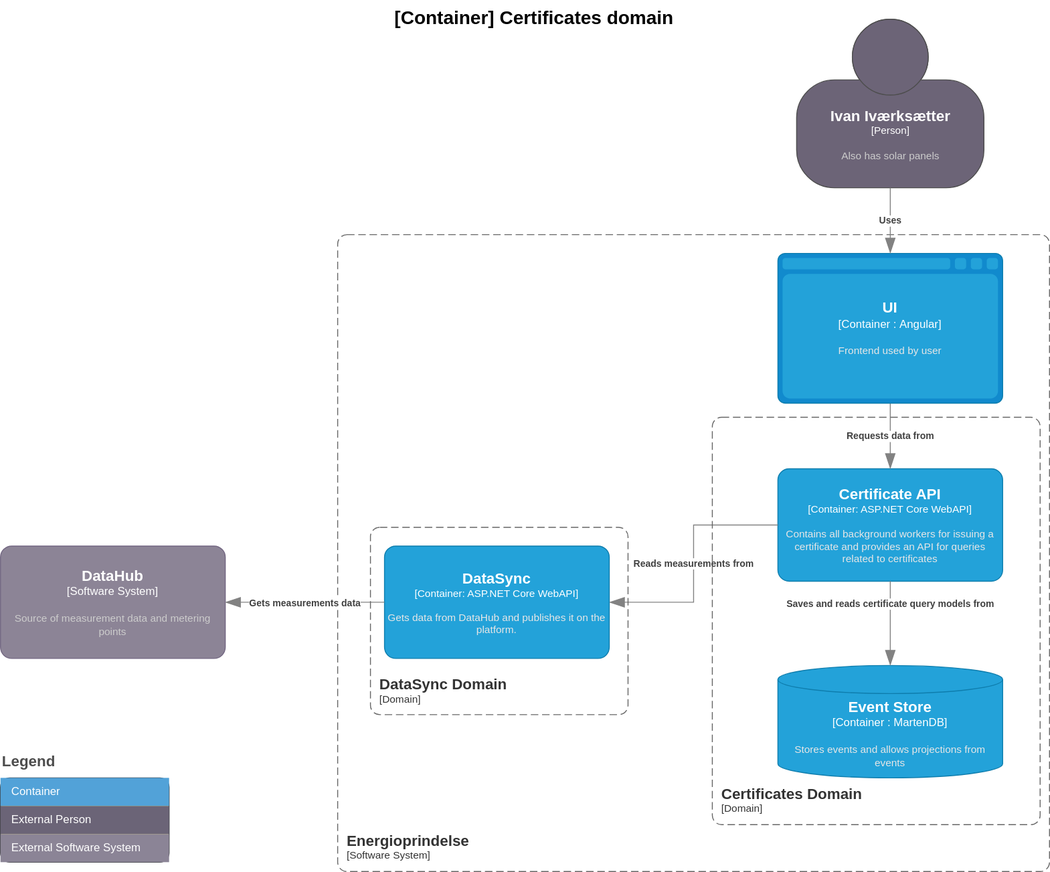
Before: doc/architecture/diagrams/certificates.current.container.drawio.svg, a diagram exported from draw.io (Energinet-DataHub/energy-origin). Source tidied: cells renumbered, new cells last; positions are measured from the earlier drawing's top-left corner, leaving out a move shared by most shapes.
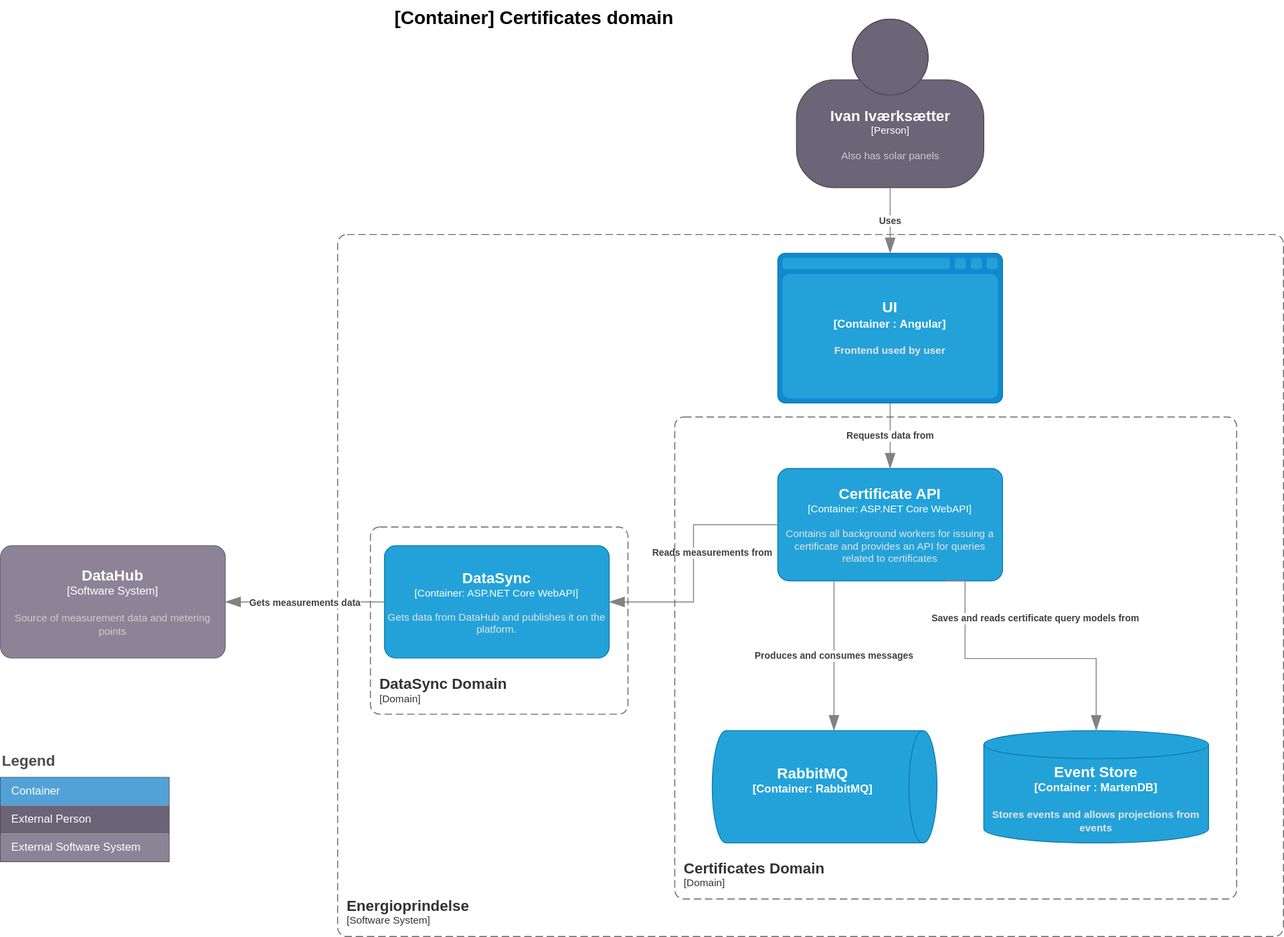
The same file after the commit.

Diff of the diagram source:
```diff
@@ -4,7 +4,7 @@
     <mxCell id="1" parent="0" />
     <object id="2" label="&lt;font style=&quot;font-size: 16px&quot;&gt;&lt;b&gt;&lt;div style=&quot;text-align: left&quot;&gt;%c4Name%&lt;/div&gt;&lt;/b&gt;&lt;/font&gt;&lt;div style=&quot;text-align: left&quot;&gt;[%c4Application%]&lt;/div&gt;" c4Application="Software System" c4Name="Energioprindelse" c4Type="SystemScopeBoundary" placeholders="1">
       <mxCell style="rounded=1;fontSize=11;whiteSpace=wrap;html=1;dashed=1;arcSize=20;fillColor=none;strokeColor=#666666;fontColor=#333333;labelBackgroundColor=none;align=left;verticalAlign=bottom;labelBorderColor=none;spacingTop=0;spacing=10;dashPattern=8 4;perimeter=rectanglePerimeter;noLabel=0;labelPadding=0;absoluteArcSize=1;" parent="1" vertex="1">
-        <mxGeometry x="360" y="250" width="760" height="680" as="geometry" />
+        <mxGeometry x="360" y="250" width="1010" height="750" as="geometry" />
       </mxCell>
     </object>
     <object id="3" label="&lt;font style=&quot;font-size: 16px&quot;&gt;&lt;b&gt;%c4Name%&lt;/b&gt;&lt;/font&gt;&lt;div&gt;[%c4Type%: %c4Technology%]&lt;/div&gt;&lt;br&gt;&lt;div&gt;&lt;font style=&quot;font-size: 11px&quot;&gt;&lt;font color=&quot;#E6E6E6&quot;&gt;%c4Description%&lt;/font&gt;&lt;/div&gt;" c4Description="Contains all background workers for issuing a certificate and provides an API for queries related to certificates" c4Name="Certificate API" c4Technology="ASP.NET Core WebAPI" c4Type="Container" placeholders="1">
@@ -14,17 +14,24 @@
     </object>
     <object id="4" label="&lt;font style=&quot;font-size: 16px&quot;&gt;&lt;b&gt;%c4Type%&lt;/font&gt;&lt;div&gt;[%c4Container%:&amp;nbsp;%c4Technology%]&lt;/div&gt;&lt;br&gt;&lt;div&gt;&lt;font style=&quot;font-size: 11px&quot;&gt;&lt;font color=&quot;#E6E6E6&quot;&gt;%c4Description%&lt;/font&gt;&lt;/div&gt;" c4Container="Container " c4Description="Stores events and allows projections from events" c4Technology="MartenDB" c4Type="Event Store" placeholders="1">
       <mxCell style="shape=cylinder3;size=15;whiteSpace=wrap;html=1;boundedLbl=1;rounded=0;labelBackgroundColor=none;fillColor=#23A2D9;fontSize=12;fontColor=#ffffff;align=center;strokeColor=#0E7DAD;points=[[0.5,0,0],[1,0.25,0],[1,0.5,0],[1,0.75,0],[0.5,1,0],[0,0.75,0],[0,0.5,0],[0,0.25,0]];" parent="1" vertex="1">
-        <mxGeometry x="830" y="710" width="240" height="120" as="geometry" />
+        <mxGeometry x="1050" y="780" width="240" height="120" as="geometry" />
       </mxCell>
     </object>
     <object id="5" label="&lt;div style=&quot;text-align: left&quot;&gt;&lt;div style=&quot;text-align: center&quot;&gt;&lt;b&gt;%c4Description%&lt;/b&gt;&lt;/div&gt;" c4Description="Reads measurements from" c4Type="Relationship" placeholders="1">
       <mxCell style="endArrow=blockThin;html=1;fontSize=10;fontColor=#404040;strokeWidth=1;endFill=1;strokeColor=#828282;elbow=vertical;endSize=14;startSize=14;jumpStyle=arc;jumpSize=16;rounded=0;edgeStyle=orthogonalEdgeStyle;exitX=0;exitY=0.5;exitDx=0;exitDy=0;exitPerimeter=0;entryX=1;entryY=0.5;entryDx=0;entryDy=0;entryPerimeter=0;" parent="1" edge="1" source="3" target="12">
-        <mxGeometry relative="1" as="geometry" />
+        <mxGeometry x="-0.09" y="20" relative="1" as="geometry" />
       </mxCell>
     </object>
     <object id="6" label="&lt;div style=&quot;text-align: left&quot;&gt;&lt;div style=&quot;text-align: center&quot;&gt;&lt;b&gt;%c4Description%&lt;/b&gt;&lt;/div&gt;" c4Description="Saves and reads certificate query models from" c4Type="Relationship" placeholders="1">
-      <mxCell style="endArrow=blockThin;html=1;fontSize=10;fontColor=#404040;strokeWidth=1;endFill=1;strokeColor=#828282;elbow=vertical;endSize=14;startSize=14;jumpStyle=arc;jumpSize=16;rounded=0;edgeStyle=orthogonalEdgeStyle;exitX=0.5;exitY=1;exitDx=0;exitDy=0;exitPerimeter=0;entryX=0.5;entryY=0;entryDx=0;entryDy=0;entryPerimeter=0;" parent="1" edge="1" source="3" target="4">
-        <mxGeometry x="-0.47" relative="1" as="geometry" />
+      <mxCell style="endArrow=blockThin;html=1;fontSize=10;fontColor=#404040;strokeWidth=1;endFill=1;strokeColor=#828282;elbow=vertical;endSize=14;startSize=14;jumpStyle=arc;jumpSize=16;rounded=0;edgeStyle=orthogonalEdgeStyle;entryX=0.5;entryY=0;entryDx=0;entryDy=0;entryPerimeter=0;" parent="1" edge="1" target="4">
+        <mxGeometry x="0.11" y="43" relative="1" as="geometry">
+          <mxPoint x="1010" y="620" as="sourcePoint" />
+          <Array as="points">
+            <mxPoint x="1030" y="620" />
+            <mxPoint x="1030" y="703" />
+            <mxPoint x="1170" y="703" />
+          </Array>
+        </mxGeometry>
       </mxCell>
     </object>
     <object id="7" label="&lt;div style=&quot;text-align: left&quot;&gt;&lt;div style=&quot;text-align: center&quot;&gt;&lt;b&gt;%c4Description%&lt;/b&gt;&lt;/div&gt;" c4Description="Requests data from" c4Type="Relationship" placeholders="1">
@@ -79,7 +86,7 @@
     </mxCell>
     <object id="19" label="&lt;font style=&quot;font-size: 16px&quot;&gt;&lt;b&gt;&lt;div style=&quot;text-align: left&quot;&gt;%c4Name%&lt;/div&gt;&lt;/b&gt;&lt;/font&gt;&lt;div style=&quot;text-align: left&quot;&gt;[%c4Application%]&lt;/div&gt;" c4Application="Domain" c4Name="Certificates Domain" c4Type="SystemScopeBoundary" placeholders="1">
       <mxCell style="rounded=1;fontSize=11;whiteSpace=wrap;html=1;dashed=1;arcSize=20;fillColor=none;strokeColor=#666666;fontColor=#333333;labelBackgroundColor=none;align=left;verticalAlign=bottom;labelBorderColor=none;spacingTop=0;spacing=10;dashPattern=8 4;perimeter=rectanglePerimeter;noLabel=0;labelPadding=0;absoluteArcSize=1;" parent="1" vertex="1">
-        <mxGeometry x="760" y="445" width="350" height="435" as="geometry" />
+        <mxGeometry x="720" y="445" width="600" height="515" as="geometry" />
       </mxCell>
     </object>
     <object id="20" label="&lt;div style=&quot;text-align: left&quot;&gt;&lt;div style=&quot;text-align: center&quot;&gt;&lt;b&gt;%c4Description%&lt;/b&gt;&lt;/div&gt;" c4Description="Uses" c4Type="Relationship" placeholders="1">
@@ -92,5 +99,17 @@
         <mxGeometry x="395" y="562.5" width="275" height="200" as="geometry" />
       </mxCell>
     </object>
+    <object id="22" label="&lt;font style=&quot;font-size: 16px&quot;&gt;&lt;b&gt;%c4Type%&lt;/font&gt;&lt;div&gt;[%c4Container%:&amp;nbsp;%c4Technology%]&lt;/div&gt;&lt;br&gt;&lt;div&gt;&lt;font style=&quot;font-size: 11px&quot;&gt;&lt;font color=&quot;#E6E6E6&quot;&gt;%c4Description%&lt;/font&gt;&lt;/div&gt;" c4Container="Container" c4Description="" c4Technology="RabbitMQ" c4Type="RabbitMQ" placeholders="1">
+      <mxCell style="shape=cylinder3;size=15;direction=south;whiteSpace=wrap;html=1;boundedLbl=1;rounded=0;labelBackgroundColor=none;fillColor=#23A2D9;fontSize=12;fontColor=#ffffff;align=center;strokeColor=#0E7DAD;" parent="1" vertex="1">
+        <mxGeometry x="760" y="780" width="240" height="120" as="geometry" />
+      </mxCell>
+    </object>
+    <object id="23" label="&lt;div style=&quot;text-align: left&quot;&gt;&lt;div style=&quot;text-align: center&quot;&gt;&lt;b&gt;%c4Description%&lt;/b&gt;&lt;/div&gt;" c4Description="Produces and consumes messages " c4Type="Relationship" placeholders="1">
+      <mxCell style="endArrow=blockThin;html=1;fontSize=10;fontColor=#404040;strokeWidth=1;endFill=1;strokeColor=#828282;elbow=vertical;endSize=14;startSize=14;jumpStyle=arc;jumpSize=16;rounded=0;edgeStyle=orthogonalEdgeStyle;exitX=0.25;exitY=1;exitDx=0;exitDy=0;exitPerimeter=0;" parent="1" edge="1" source="3">
+        <mxGeometry relative="1" as="geometry">
+          <mxPoint x="890" y="780" as="targetPoint" />
+        </mxGeometry>
+      </mxCell>
+    </object>
   </root>
 </mxGraphModel>
```
